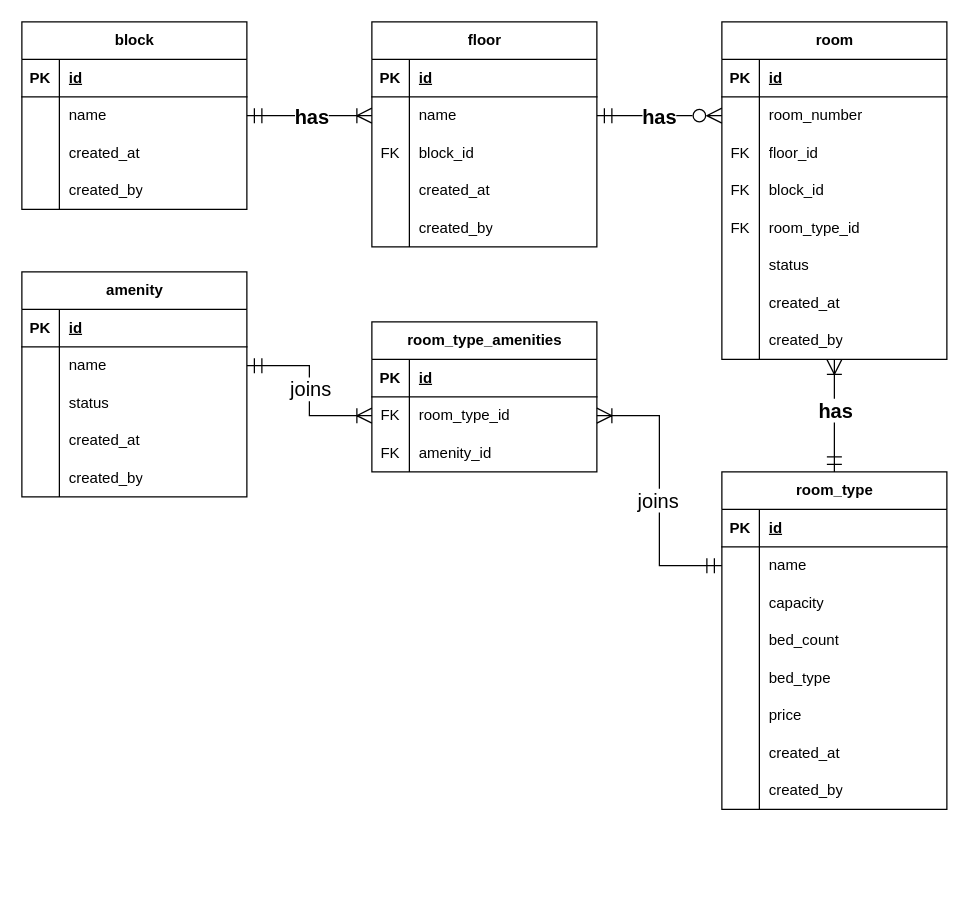
Before: page "inventory-module" (2 of 4) of docs/hotel-pms-ERD.drawio in RajaShahzaibNaseer/hotel-PMS-version-1, a draw.io diagram. Source tidied: cells renumbered, new cells numbered last; positions are measured from the earlier drawing's top-left corner, leaving out a move shared by most shapes. Both pictures are drawn from the tidied source at 125%, with x=0, y=0 at pixel (21, 21).
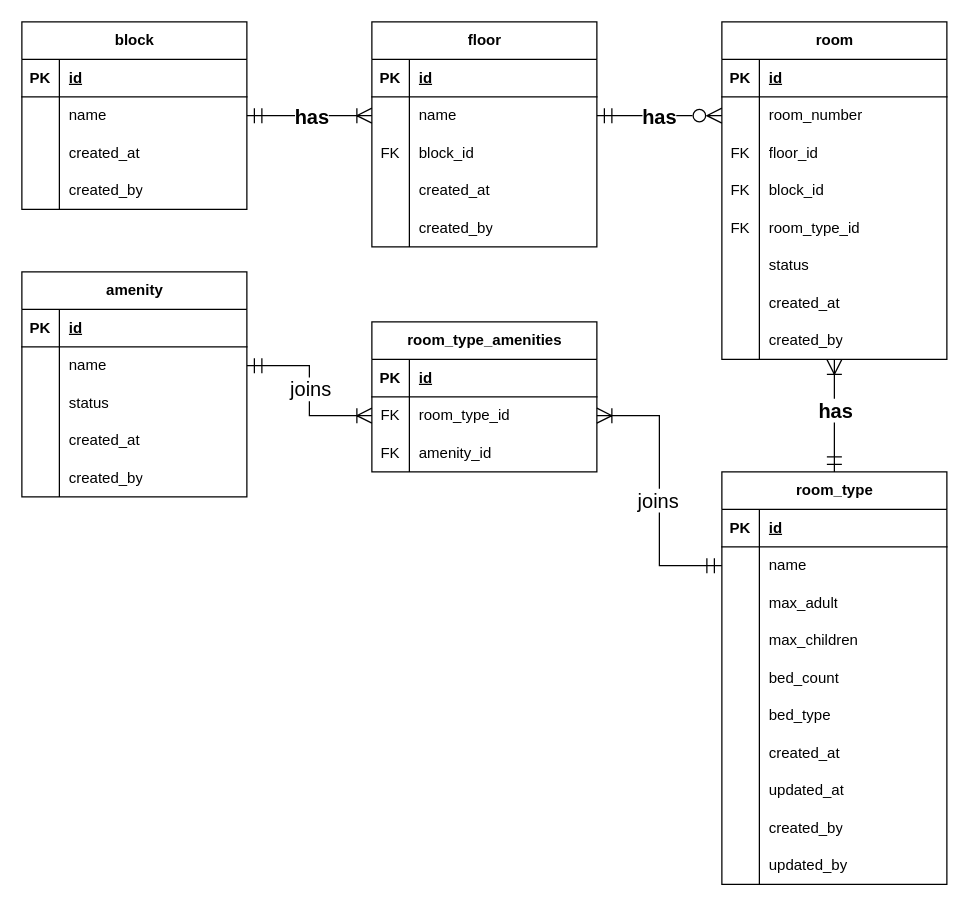
The same page after the edit.

The change refers to these unchanged cells:
```xml
<mxCell id="69" style="shape=tableRow;horizontal=0;startSize=0;swimlaneHead=0;swimlaneBody=0;fillColor=none;top=0;left=0;right=0;bottom=0;" parent="62" vertex="1">
  <mxGeometry y="90" width="180" height="30" as="geometry" />
</mxCell>
<mxCell id="84" style="shape=tableRow;horizontal=0;startSize=0;swimlaneHead=0;swimlaneBody=0;fillColor=none;top=0;left=0;right=0;bottom=0;" parent="62" vertex="1">
  <mxGeometry y="240" width="180" height="30" as="geometry" />
</mxCell>
```

Diff of the diagram source:
```diff
@@
     <mxCell id="62" value="room_type" style="shape=table;startSize=30;childLayout=tableLayout;rowLines=0;fontStyle=1;align=center;html=1;" parent="1" vertex="1">
-      <mxGeometry x="560" y="360" width="180" height="270" as="geometry" />
+      <mxGeometry x="560" y="360" width="180" height="330" as="geometry" />
     </mxCell>
@@
-    <mxCell id="71" value="capacity" style="shape=partialRectangle;fillColor=none;top=0;left=0;bottom=0;right=0;align=left;spacingLeft=6;overflow=hidden;whiteSpace=wrap;html=1;" parent="69" vertex="1">
+    <mxCell id="71" value="max_adult" style="shape=partialRectangle;fillColor=none;top=0;left=0;bottom=0;right=0;align=left;spacingLeft=6;overflow=hidden;whiteSpace=wrap;html=1;" parent="69" vertex="1">
       <mxGeometry x="30" width="150" height="30" as="geometry" />
     </mxCell>
+    <mxCell id="117" style="shape=tableRow;horizontal=0;startSize=0;swimlaneHead=0;swimlaneBody=0;fillColor=none;top=0;left=0;right=0;bottom=0;" parent="62" vertex="1">
+      <mxGeometry y="120" width="180" height="30" as="geometry" />
+    </mxCell>
+    <mxCell id="118" style="shape=partialRectangle;fillColor=none;top=0;left=0;bottom=0;right=0;overflow=hidden;whiteSpace=wrap;html=1;" parent="117" vertex="1">
+      <mxGeometry width="30" height="30" as="geometry" />
+    </mxCell>
+    <mxCell id="119" value="max_children" style="shape=partialRectangle;fillColor=none;top=0;left=0;bottom=0;right=0;align=left;spacingLeft=6;overflow=hidden;whiteSpace=wrap;html=1;" parent="117" vertex="1">
+      <mxGeometry x="30" width="150" height="30" as="geometry" />
+    </mxCell>
     <mxCell id="72" style="shape=tableRow;horizontal=0;startSize=0;swimlaneHead=0;swimlaneBody=0;fillColor=none;top=0;left=0;right=0;bottom=0;" parent="62" vertex="1">
-      <mxGeometry y="120" width="180" height="30" as="geometry" />
+      <mxGeometry y="150" width="180" height="30" as="geometry" />
     </mxCell>
@@
     <mxCell id="75" style="shape=tableRow;horizontal=0;startSize=0;swimlaneHead=0;swimlaneBody=0;fillColor=none;top=0;left=0;right=0;bottom=0;" parent="62" vertex="1">
-      <mxGeometry y="150" width="180" height="30" as="geometry" />
+      <mxGeometry y="180" width="180" height="30" as="geometry" />
     </mxCell>
@@
-    <mxCell id="78" style="shape=tableRow;horizontal=0;startSize=0;swimlaneHead=0;swimlaneBody=0;fillColor=none;top=0;left=0;right=0;bottom=0;" parent="62" vertex="1">
-      <mxGeometry y="180" width="180" height="30" as="geometry" />
-    </mxCell>
-    <mxCell id="79" style="shape=partialRectangle;fillColor=none;top=0;left=0;bottom=0;right=0;overflow=hidden;whiteSpace=wrap;html=1;" parent="78" vertex="1">
-      <mxGeometry width="30" height="30" as="geometry" />
-    </mxCell>
-    <mxCell id="80" value="price" style="shape=partialRectangle;fillColor=none;top=0;left=0;bottom=0;right=0;align=left;spacingLeft=6;overflow=hidden;whiteSpace=wrap;html=1;" parent="78" vertex="1">
-      <mxGeometry x="30" width="150" height="30" as="geometry" />
-    </mxCell>
@@
-    <mxCell id="86" value="created_by" style="shape=partialRectangle;fillColor=none;top=0;left=0;bottom=0;right=0;align=left;spacingLeft=6;overflow=hidden;whiteSpace=wrap;html=1;" parent="84" vertex="1">
+    <mxCell id="86" value="updated_at" style="shape=partialRectangle;fillColor=none;top=0;left=0;bottom=0;right=0;align=left;spacingLeft=6;overflow=hidden;whiteSpace=wrap;html=1;" parent="84" vertex="1">
       <mxGeometry x="30" width="150" height="30" as="geometry" />
     </mxCell>
+    <mxCell id="120" style="shape=tableRow;horizontal=0;startSize=0;swimlaneHead=0;swimlaneBody=0;fillColor=none;top=0;left=0;right=0;bottom=0;" parent="62" vertex="1">
+      <mxGeometry y="270" width="180" height="30" as="geometry" />
+    </mxCell>
+    <mxCell id="121" style="shape=partialRectangle;fillColor=none;top=0;left=0;bottom=0;right=0;overflow=hidden;whiteSpace=wrap;html=1;" parent="120" vertex="1">
+      <mxGeometry width="30" height="30" as="geometry" />
+    </mxCell>
+    <mxCell id="122" value="created_by" style="shape=partialRectangle;fillColor=none;top=0;left=0;bottom=0;right=0;align=left;spacingLeft=6;overflow=hidden;whiteSpace=wrap;html=1;" parent="120" vertex="1">
+      <mxGeometry x="30" width="150" height="30" as="geometry" />
+    </mxCell>
+    <mxCell id="123" style="shape=tableRow;horizontal=0;startSize=0;swimlaneHead=0;swimlaneBody=0;fillColor=none;top=0;left=0;right=0;bottom=0;" parent="62" vertex="1">
+      <mxGeometry y="300" width="180" height="30" as="geometry" />
+    </mxCell>
+    <mxCell id="124" style="shape=partialRectangle;fillColor=none;top=0;left=0;bottom=0;right=0;overflow=hidden;whiteSpace=wrap;html=1;" parent="123" vertex="1">
+      <mxGeometry width="30" height="30" as="geometry" />
+    </mxCell>
+    <mxCell id="125" value="updated_by" style="shape=partialRectangle;fillColor=none;top=0;left=0;bottom=0;right=0;align=left;spacingLeft=6;overflow=hidden;whiteSpace=wrap;html=1;" parent="123" vertex="1">
+      <mxGeometry x="30" width="150" height="30" as="geometry" />
+    </mxCell>
```
